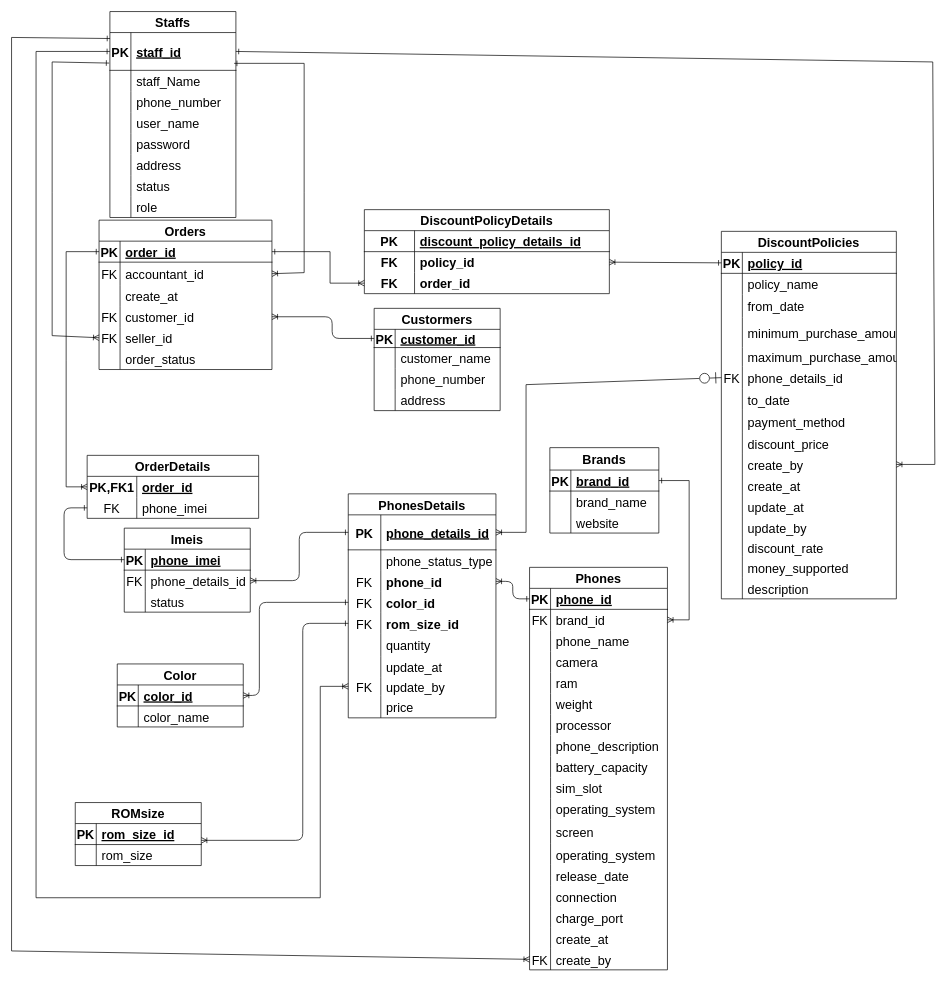
anPf1121/ThreeLayerConsole keeps this draw.io diagram as page "ER - Diagram" (4 of 5) of PhoneStore.drawio. Above is the earlier version. Source tidied: cells renumbered, new cells numbered last; positions are measured from the earlier drawing's top-left corner, leaving out a move shared by most shapes. Both pictures are drawn from the tidied source at 70%, with x=0, y=0 at pixel (11, 11).
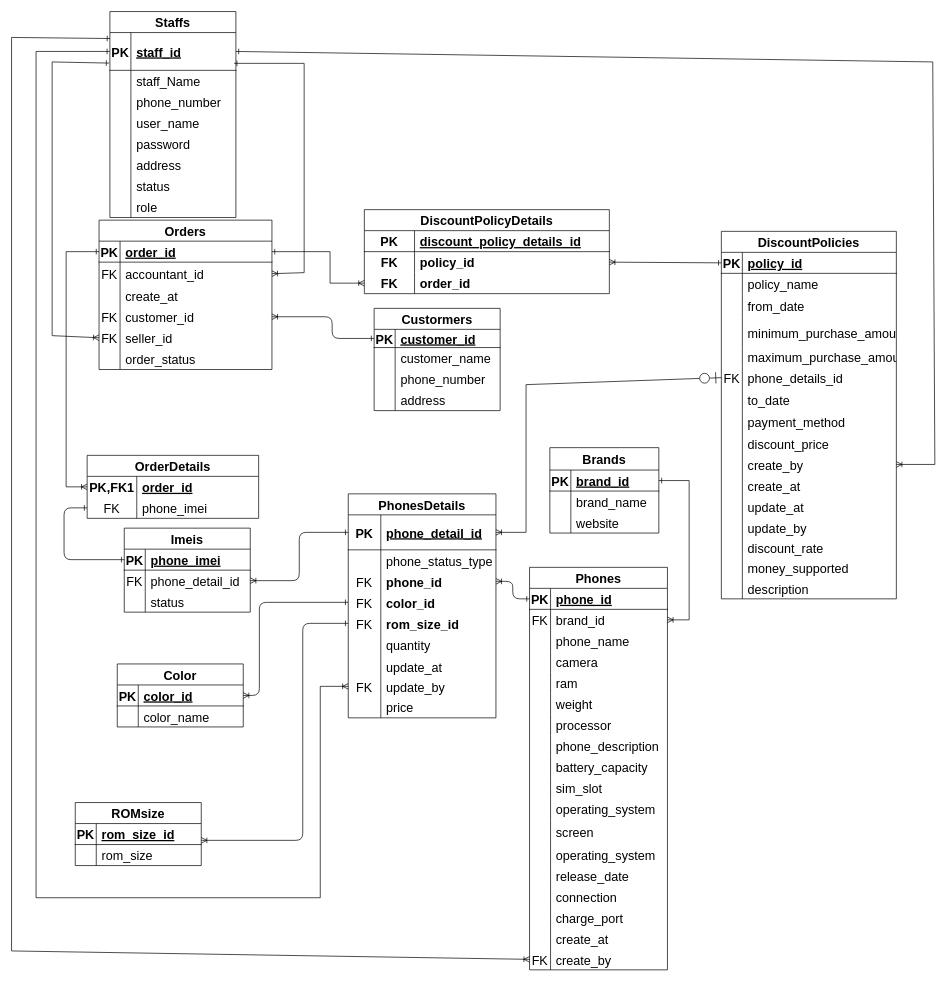
The same page after the edit.

Commit message:
do not update everything

The change refers to these unchanged cells:
```xml
<mxCell id="71" style="shape=tableRow;horizontal=0;startSize=0;swimlaneHead=0;swimlaneBody=0;fillColor=none;points=[[0,0.5],[1,0.5]];portConstraint=eastwest;top=0;left=0;right=0;bottom=0;fontSize=18;" parent="67" vertex="1">
  <mxGeometry y="60" width="180" height="30" as="geometry" />
</mxCell>
<mxCell id="195" style="shape=tableRow;horizontal=0;startSize=0;swimlaneHead=0;swimlaneBody=0;fillColor=none;points=[[0,0.5],[1,0.5]];portConstraint=eastwest;top=0;left=0;right=0;bottom=1;fontSize=18;" parent="194" vertex="1">
  <mxGeometry y="30" width="211" height="50" as="geometry" />
</mxCell>
```

What changed in the source:
```diff
@@
-    <mxCell id="73" value="phone_details_id" style="shape=partialRectangle;fillColor=none;top=0;left=0;bottom=0;right=0;align=left;spacingLeft=6;overflow=hidden;fontSize=18;" parent="71" vertex="1">
+    <mxCell id="73" value="phone_detail_id" style="shape=partialRectangle;fillColor=none;top=0;left=0;bottom=0;right=0;align=left;spacingLeft=6;overflow=hidden;fontSize=18;" parent="71" vertex="1">
       <mxGeometry x="30" width="150" height="30" as="geometry" />
     </mxCell>
@@
-    <mxCell id="197" value="phone_details_id" style="shape=partialRectangle;fillColor=none;top=0;left=0;bottom=0;right=0;align=left;spacingLeft=6;fontStyle=5;overflow=hidden;fontSize=18;" parent="195" vertex="1">
+    <mxCell id="197" value="phone_detail_id" style="shape=partialRectangle;fillColor=none;top=0;left=0;bottom=0;right=0;align=left;spacingLeft=6;fontStyle=5;overflow=hidden;fontSize=18;" parent="195" vertex="1">
       <mxGeometry x="46.5" width="164.5" height="50" as="geometry" />
     </mxCell>
```
